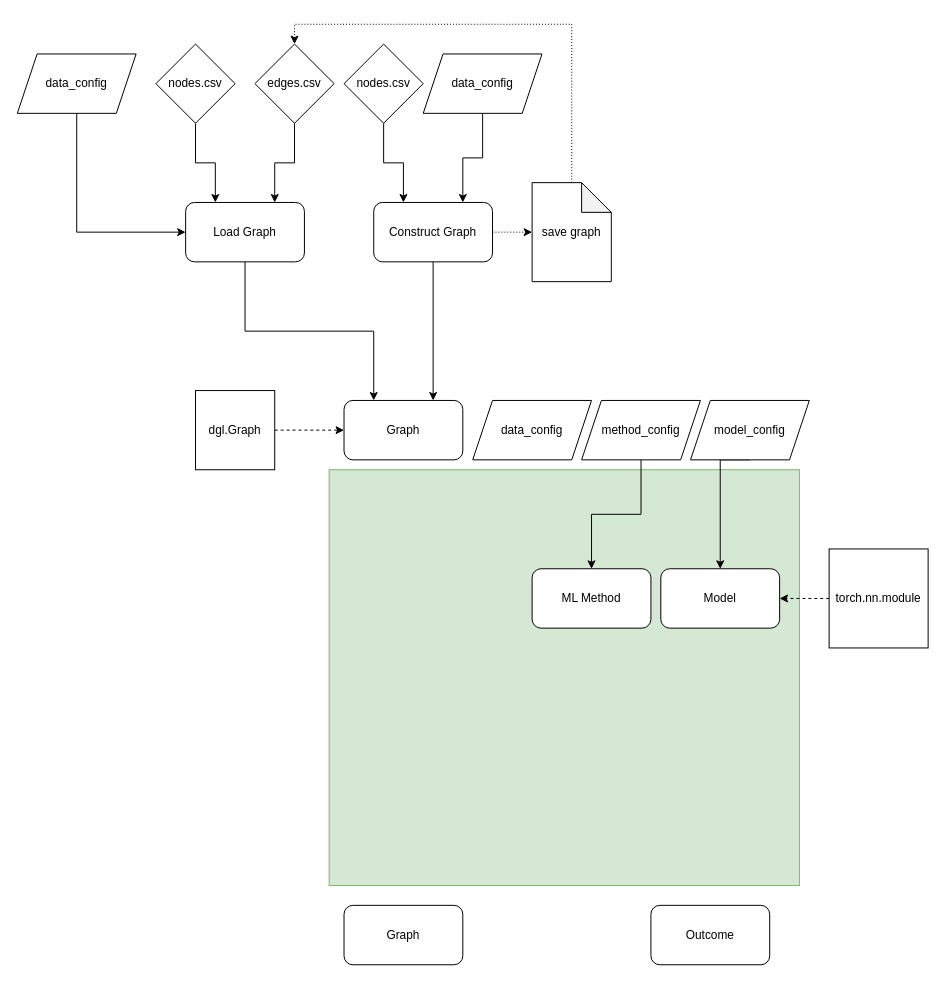
The draw.io diagram docs/Module_Structure.drawio in TasmanGC/geo_graphnet, before the edit. Source tidied: cells renumbered, new cells numbered last; positions are measured from the earlier drawing's top-left corner, leaving out a move shared by most shapes. Both pictures are drawn from the tidied source at 99%, with x=0, y=0 at pixel (17, 44).
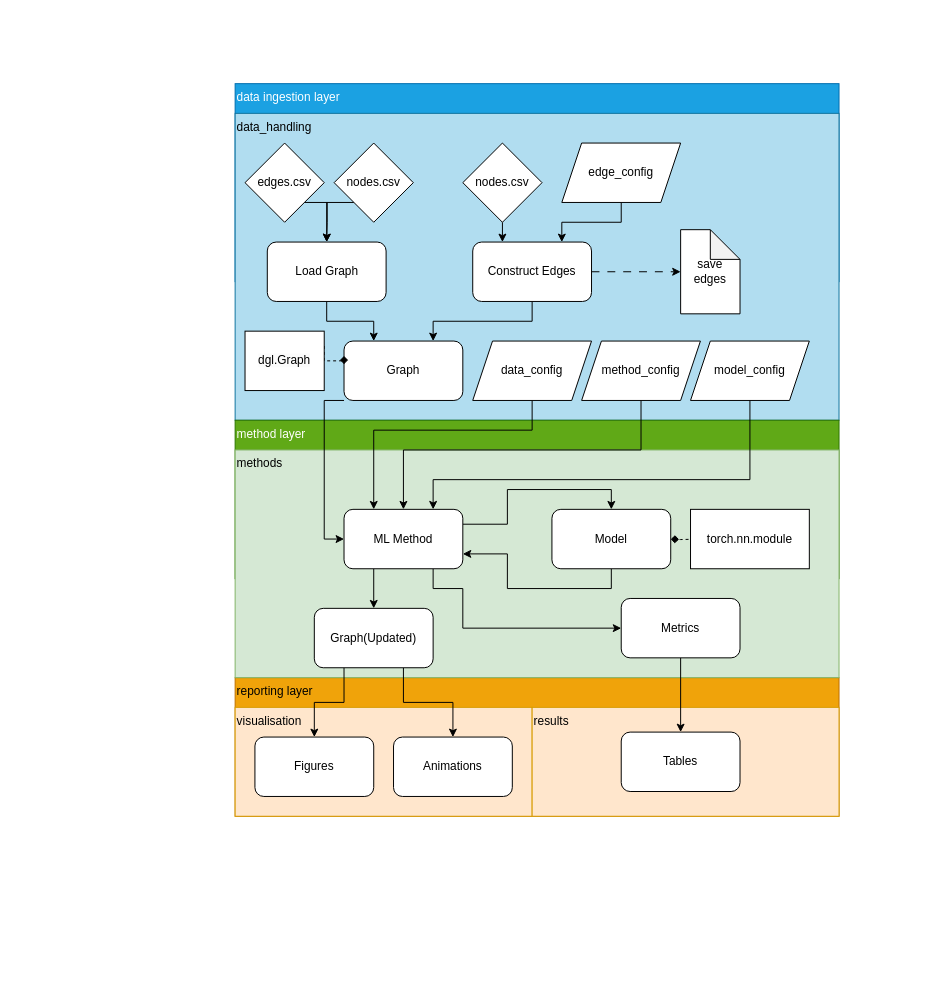
Above is the later version.

Diff of the diagram source:
```diff
@@
+    <mxCell id="34" value="reporting layer" style="rounded=0;whiteSpace=wrap;html=1;fillColor=#f0a30a;strokeColor=#BD7000;align=left;verticalAlign=top;fontColor=#000000;" parent="1" vertex="1">
+      <mxGeometry x="220" y="640" width="610" height="140" as="geometry" />
+    </mxCell>
+    <mxCell id="35" value="visualisation" style="rounded=0;whiteSpace=wrap;html=1;fillColor=#ffe6cc;strokeColor=#d79b00;align=left;verticalAlign=top;" parent="1" vertex="1">
+      <mxGeometry x="220" y="670" width="300" height="110" as="geometry" />
+    </mxCell>
+    <mxCell id="36" value="data ingestion layer" style="rounded=0;whiteSpace=wrap;html=1;fillColor=#1ba1e2;strokeColor=#006EAF;align=left;verticalAlign=top;fontColor=#ffffff;" parent="1" vertex="1">
+      <mxGeometry x="220" y="40" width="610" height="200" as="geometry" />
+    </mxCell>
+    <mxCell id="37" value="data_handling" style="rounded=0;whiteSpace=wrap;html=1;fillColor=#b1ddf0;strokeColor=#10739e;align=left;verticalAlign=top;" parent="1" vertex="1">
+      <mxGeometry x="220" y="70" width="610" height="310" as="geometry" />
+    </mxCell>
+    <mxCell id="38" value="method layer" style="rounded=0;whiteSpace=wrap;html=1;fillColor=#60a917;strokeColor=#2D7600;align=left;verticalAlign=top;fontColor=#ffffff;" parent="1" vertex="1">
+      <mxGeometry x="220" y="380" width="610" height="160" as="geometry" />
+    </mxCell>
+    <mxCell id="39" value="results" style="rounded=0;whiteSpace=wrap;html=1;fillColor=#ffe6cc;strokeColor=#d79b00;align=left;verticalAlign=top;" parent="1" vertex="1">
+      <mxGeometry x="520" y="670" width="310" height="110" as="geometry" />
+    </mxCell>
-    <mxCell id="2" style="rounded=0;whiteSpace=wrap;html=1;fillColor=#d5e8d4;strokeColor=#82b366;" parent="1" vertex="1">
-      <mxGeometry x="315" y="430" width="475" height="420" as="geometry" />
+    <mxCell id="2" value="methods" style="rounded=0;whiteSpace=wrap;html=1;fillColor=#d5e8d4;strokeColor=#82b366;align=left;verticalAlign=top;" parent="1" vertex="1">
+      <mxGeometry x="220" y="410" width="610" height="230" as="geometry" />
     </mxCell>
+    <mxCell id="40" style="edgeStyle=orthogonalEdgeStyle;rounded=0;jettySize=auto;html=1;exitX=0.5;exitY=1;exitDx=0;exitDy=0;entryX=1;entryY=0.75;entryDx=0;entryDy=0;" parent="1" edge="1" source="3" target="4">
+      <mxGeometry relative="1" as="geometry" />
+    </mxCell>
     <mxCell id="3" value="Model" style="rounded=1;whiteSpace=wrap;html=1;" parent="1" vertex="1">
-      <mxGeometry x="650" y="530" width="120" height="60" as="geometry" />
+      <mxGeometry x="540" y="470" width="120" height="60" as="geometry" />
     </mxCell>
+    <mxCell id="41" style="edgeStyle=orthogonalEdgeStyle;rounded=0;jettySize=auto;html=1;exitX=1;exitY=0.25;exitDx=0;exitDy=0;entryX=0.5;entryY=0;entryDx=0;entryDy=0;" parent="1" edge="1" source="4" target="3">
+      <mxGeometry relative="1" as="geometry" />
+    </mxCell>
+    <mxCell id="42" style="edgeStyle=orthogonalEdgeStyle;rounded=0;jettySize=auto;html=1;exitX=0.25;exitY=1;exitDx=0;exitDy=0;" parent="1" edge="1" source="4" target="5">
+      <mxGeometry relative="1" as="geometry" />
+    </mxCell>
+    <mxCell id="43" style="edgeStyle=orthogonalEdgeStyle;rounded=0;jettySize=auto;html=1;exitX=0.75;exitY=1;exitDx=0;exitDy=0;entryX=0;entryY=0.5;entryDx=0;entryDy=0;" parent="1" edge="1" source="4" target="6">
+      <mxGeometry relative="1" as="geometry">
+        <Array as="points">
+          <mxPoint x="420" y="550" />
+          <mxPoint x="450" y="550" />
+          <mxPoint x="450" y="590" />
+        </Array>
+      </mxGeometry>
+    </mxCell>
     <mxCell id="4" value="ML Method" style="rounded=1;whiteSpace=wrap;html=1;" parent="1" vertex="1">
-      <mxGeometry x="520" y="530" width="120" height="60" as="geometry" />
+      <mxGeometry x="330" y="470" width="120" height="60" as="geometry" />
     </mxCell>
+    <mxCell id="44" style="edgeStyle=orthogonalEdgeStyle;rounded=0;jettySize=auto;html=1;exitX=0.25;exitY=1;exitDx=0;exitDy=0;entryX=0.5;entryY=0;entryDx=0;entryDy=0;" parent="1" edge="1" source="5" target="51">
+      <mxGeometry relative="1" as="geometry" />
+    </mxCell>
+    <mxCell id="45" style="edgeStyle=orthogonalEdgeStyle;rounded=0;jettySize=auto;html=1;exitX=0.75;exitY=1;exitDx=0;exitDy=0;" parent="1" edge="1" source="5" target="52">
+      <mxGeometry relative="1" as="geometry" />
+    </mxCell>
-    <mxCell id="5" value="Graph" style="rounded=1;whiteSpace=wrap;html=1;" parent="1" vertex="1">
-      <mxGeometry x="330" y="870" width="120" height="60" as="geometry" />
+    <mxCell id="5" value="Graph(Updated)" style="rounded=1;whiteSpace=wrap;html=1;" parent="1" vertex="1">
+      <mxGeometry x="300" y="570" width="120" height="60" as="geometry" />
     </mxCell>
+    <mxCell id="46" style="edgeStyle=orthogonalEdgeStyle;rounded=0;jettySize=auto;html=1;exitX=0.5;exitY=1;exitDx=0;exitDy=0;" parent="1" edge="1" source="6" target="50">
+      <mxGeometry relative="1" as="geometry" />
+    </mxCell>
-    <mxCell id="6" value="Outcome" style="rounded=1;whiteSpace=wrap;html=1;" parent="1" vertex="1">
-      <mxGeometry x="640" y="870" width="120" height="60" as="geometry" />
+    <mxCell id="6" value="Metrics" style="rounded=1;whiteSpace=wrap;html=1;" parent="1" vertex="1">
+      <mxGeometry x="610" y="560" width="120" height="60" as="geometry" />
     </mxCell>
-    <mxCell id="7" style="edgeStyle=orthogonalEdgeStyle;rounded=0;jettySize=auto;html=1;exitX=0.5;exitY=1;exitDx=0;exitDy=0;entryX=0.25;entryY=0;entryDx=0;entryDy=0;" parent="1" edge="1" source="8" target="15">
-      <mxGeometry relative="1" as="geometry" />
+    <mxCell id="7" style="edgeStyle=orthogonalEdgeStyle;rounded=0;jettySize=auto;html=1;exitX=0;exitY=1;exitDx=0;exitDy=0;entryX=0.5;entryY=0;entryDx=0;entryDy=0;" parent="1" edge="1" source="8" target="15">
+      <mxGeometry relative="1" as="geometry">
+        <Array as="points">
+          <mxPoint x="313" y="160" />
+        </Array>
+      </mxGeometry>
     </mxCell>
     <mxCell id="8" value="nodes.csv" style="rhombus;whiteSpace=wrap;html=1;" parent="1" vertex="1">
-      <mxGeometry x="140" width="80" height="80" as="geometry" />
+      <mxGeometry x="320" y="100" width="80" height="80" as="geometry" />
     </mxCell>
-    <mxCell id="9" style="edgeStyle=orthogonalEdgeStyle;rounded=0;jettySize=auto;html=1;exitX=0.5;exitY=1;exitDx=0;exitDy=0;entryX=0.75;entryY=0;entryDx=0;entryDy=0;" parent="1" edge="1" source="10" target="15">
-      <mxGeometry relative="1" as="geometry" />
-    </mxCell>
-    <mxCell id="10" value="edges.csv" style="rhombus;whiteSpace=wrap;html=1;" parent="1" vertex="1">
-      <mxGeometry x="240" width="80" height="80" as="geometry" />
-    </mxCell>
-    <mxCell id="11" style="edgeStyle=orthogonalEdgeStyle;rounded=0;jettySize=auto;html=1;exitX=1;exitY=0.5;exitDx=0;exitDy=0;dashed=1;" parent="1" edge="1" source="12" target="13">
-      <mxGeometry relative="1" as="geometry" />
-    </mxCell>
-    <mxCell id="12" value="dgl.Graph" style="whiteSpace=wrap;html=1;" parent="1" vertex="1">
-      <mxGeometry x="180" y="350" width="80" height="80" as="geometry" />
-    </mxCell>
+    <mxCell id="47" style="edgeStyle=orthogonalEdgeStyle;rounded=0;jettySize=auto;html=1;exitX=0;exitY=1;exitDx=0;exitDy=0;entryX=0;entryY=0.5;entryDx=0;entryDy=0;" parent="1" edge="1" source="13" target="4">
+      <mxGeometry relative="1" as="geometry">
+        <Array as="points">
+          <mxPoint x="310" y="360" />
+          <mxPoint x="310" y="500" />
+        </Array>
+      </mxGeometry>
+    </mxCell>
     <mxCell id="13" value="Graph" style="rounded=1;whiteSpace=wrap;html=1;" parent="1" vertex="1">
-      <mxGeometry x="330" y="360" width="120" height="60" as="geometry" />
+      <mxGeometry x="330" y="300" width="120" height="60" as="geometry" />
     </mxCell>
@@
     <mxCell id="15" value="Load Graph" style="rounded=1;whiteSpace=wrap;html=1;" parent="1" vertex="1">
-      <mxGeometry x="170" y="160" width="120" height="60" as="geometry" />
+      <mxGeometry x="252.5" y="200" width="120" height="60" as="geometry" />
     </mxCell>
-    <mxCell id="16" style="edgeStyle=orthogonalEdgeStyle;rounded=0;jettySize=auto;html=1;exitX=0.5;exitY=1;exitDx=0;exitDy=0;entryX=0.25;entryY=0;entryDx=0;entryDy=0;" parent="1" edge="1" source="17" target="20">
-      <mxGeometry relative="1" as="geometry" />
-    </mxCell>
-    <mxCell id="17" value="nodes.csv" style="rhombus;whiteSpace=wrap;html=1;" parent="1" vertex="1">
-      <mxGeometry x="330" width="80" height="80" as="geometry" />
-    </mxCell>
@@
-    <mxCell id="19" style="edgeStyle=orthogonalEdgeStyle;rounded=0;jettySize=auto;html=1;exitX=1;exitY=0.5;exitDx=0;exitDy=0;entryX=0;entryY=0.5;entryDx=0;entryDy=0;entryPerimeter=0;dashed=1;dashPattern=1 2;" parent="1" edge="1" source="20" target="24">
+    <mxCell id="19" style="edgeStyle=orthogonalEdgeStyle;rounded=0;jettySize=auto;html=1;exitX=1;exitY=0.5;exitDx=0;exitDy=0;dashed=1;dashPattern=8 8;" parent="1" edge="1" source="20" target="24">
       <mxGeometry relative="1" as="geometry" />
     </mxCell>
-    <mxCell id="20" value="Construct Graph" style="rounded=1;whiteSpace=wrap;html=1;" parent="1" vertex="1">
-      <mxGeometry x="360" y="160" width="120" height="60" as="geometry" />
+    <mxCell id="20" value="Construct Edges" style="rounded=1;whiteSpace=wrap;html=1;" parent="1" vertex="1">
+      <mxGeometry x="460" y="200" width="120" height="60" as="geometry" />
     </mxCell>
-    <mxCell id="21" style="edgeStyle=orthogonalEdgeStyle;rounded=0;jettySize=auto;html=1;exitX=0.5;exitY=1;exitDx=0;exitDy=0;entryX=0.75;entryY=0;entryDx=0;entryDy=0;" parent="1" edge="1" source="22" target="20">
-      <mxGeometry relative="1" as="geometry" />
-    </mxCell>
-    <mxCell id="22" value="data_config" style="shape=parallelogram;perimeter=parallelogramPerimeter;whiteSpace=wrap;html=1;fixedSize=1;" parent="1" vertex="1">
-      <mxGeometry x="410" y="10" width="120" height="60" as="geometry" />
-    </mxCell>
-    <mxCell id="23" style="edgeStyle=orthogonalEdgeStyle;rounded=0;jettySize=auto;html=1;exitX=0.5;exitY=0;exitDx=0;exitDy=0;exitPerimeter=0;entryX=0.5;entryY=0;entryDx=0;entryDy=0;dashed=1;dashPattern=1 2;" parent="1" edge="1" source="24" target="10">
-      <mxGeometry relative="1" as="geometry" />
-    </mxCell>
-    <mxCell id="24" value="save graph" style="shape=note;whiteSpace=wrap;html=1;backgroundOutline=1;darkOpacity=0.05;" parent="1" vertex="1">
-      <mxGeometry x="520" y="140" width="80" height="100" as="geometry" />
+    <mxCell id="24" value="save edges" style="shape=note;whiteSpace=wrap;html=1;backgroundOutline=1;darkOpacity=0.05;" parent="1" vertex="1">
+      <mxGeometry x="670" y="187.5" width="60" height="85" as="geometry" />
     </mxCell>
-    <mxCell id="25" style="edgeStyle=orthogonalEdgeStyle;rounded=0;jettySize=auto;html=1;exitX=0;exitY=0.5;exitDx=0;exitDy=0;dashed=1;" parent="1" edge="1" source="26" target="3">
-      <mxGeometry relative="1" as="geometry" />
+    <mxCell id="25" style="edgeStyle=orthogonalEdgeStyle;rounded=0;jettySize=auto;html=1;exitX=0;exitY=0.5;exitDx=0;exitDy=0;dashed=1;endArrow=diamond;endFill=1;" parent="1" edge="1" target="3">
+      <mxGeometry relative="1" as="geometry">
+        <mxPoint x="690" y="500" as="sourcePoint" />
+      </mxGeometry>
     </mxCell>
-    <mxCell id="26" value="torch.nn.module" style="whiteSpace=wrap;html=1;" parent="1" vertex="1">
-      <mxGeometry x="820" y="510" width="100" height="100" as="geometry" />
-    </mxCell>
-    <mxCell id="27" style="edgeStyle=orthogonalEdgeStyle;rounded=0;jettySize=auto;html=1;exitX=0.5;exitY=1;exitDx=0;exitDy=0;" parent="1" edge="1" source="28" target="3">
-      <mxGeometry relative="1" as="geometry">
-        <Array as="points">
-          <mxPoint x="710" y="420" />
-        </Array>
-      </mxGeometry>
-    </mxCell>
+    <mxCell id="48" style="edgeStyle=orthogonalEdgeStyle;rounded=0;jettySize=auto;html=1;exitX=0.5;exitY=1;exitDx=0;exitDy=0;entryX=0.75;entryY=0;entryDx=0;entryDy=0;" parent="1" edge="1" source="28" target="4">
+      <mxGeometry relative="1" as="geometry">
+        <Array as="points">
+          <mxPoint x="740" y="440" />
+          <mxPoint x="420" y="440" />
+        </Array>
+      </mxGeometry>
+    </mxCell>
     <mxCell id="28" value="model_config" style="shape=parallelogram;perimeter=parallelogramPerimeter;whiteSpace=wrap;html=1;fixedSize=1;" parent="1" vertex="1">
-      <mxGeometry x="680" y="360" width="120" height="60" as="geometry" />
+      <mxGeometry x="680" y="300" width="120" height="60" as="geometry" />
     </mxCell>
-    <mxCell id="29" style="edgeStyle=orthogonalEdgeStyle;rounded=0;jettySize=auto;html=1;exitX=0.5;exitY=1;exitDx=0;exitDy=0;entryX=0;entryY=0.5;entryDx=0;entryDy=0;" parent="1" edge="1" source="30" target="15">
-      <mxGeometry relative="1" as="geometry" />
-    </mxCell>
-    <mxCell id="30" value="data_config" style="shape=parallelogram;perimeter=parallelogramPerimeter;whiteSpace=wrap;html=1;fixedSize=1;" parent="1" vertex="1">
-      <mxGeometry y="10" width="120" height="60" as="geometry" />
-    </mxCell>
-    <mxCell id="31" style="edgeStyle=orthogonalEdgeStyle;rounded=0;jettySize=auto;html=1;exitX=0.5;exitY=1;exitDx=0;exitDy=0;" parent="1" edge="1" source="32" target="4">
-      <mxGeometry relative="1" as="geometry" />
+    <mxCell id="31" style="edgeStyle=orthogonalEdgeStyle;rounded=0;jettySize=auto;html=1;exitX=0.5;exitY=1;exitDx=0;exitDy=0;entryX=0.5;entryY=0;entryDx=0;entryDy=0;" parent="1" edge="1" source="32" target="4">
+      <mxGeometry relative="1" as="geometry">
+        <Array as="points">
+          <mxPoint x="630" y="410" />
+          <mxPoint x="390" y="410" />
+        </Array>
+      </mxGeometry>
     </mxCell>
     <mxCell id="32" value="method_config" style="shape=parallelogram;perimeter=parallelogramPerimeter;whiteSpace=wrap;html=1;fixedSize=1;" parent="1" vertex="1">
-      <mxGeometry x="570" y="360" width="120" height="60" as="geometry" />
+      <mxGeometry x="570" y="300" width="120" height="60" as="geometry" />
     </mxCell>
+    <mxCell id="49" style="edgeStyle=orthogonalEdgeStyle;rounded=0;jettySize=auto;html=1;exitX=0.5;exitY=1;exitDx=0;exitDy=0;entryX=0.25;entryY=0;entryDx=0;entryDy=0;" parent="1" edge="1" source="33" target="4">
+      <mxGeometry relative="1" as="geometry">
+        <Array as="points">
+          <mxPoint x="520" y="390" />
+          <mxPoint x="360" y="390" />
+        </Array>
+      </mxGeometry>
+    </mxCell>
     <mxCell id="33" value="data_config" style="shape=parallelogram;perimeter=parallelogramPerimeter;whiteSpace=wrap;html=1;fixedSize=1;" parent="1" vertex="1">
-      <mxGeometry x="460" y="360" width="120" height="60" as="geometry" />
+      <mxGeometry x="460" y="300" width="120" height="60" as="geometry" />
     </mxCell>
+    <mxCell id="50" value="Tables" style="rounded=1;whiteSpace=wrap;html=1;" parent="1" vertex="1">
+      <mxGeometry x="610" y="695" width="120" height="60" as="geometry" />
+    </mxCell>
+    <mxCell id="51" value="Figures" style="rounded=1;whiteSpace=wrap;html=1;" parent="1" vertex="1">
+      <mxGeometry x="240" y="700" width="120" height="60" as="geometry" />
+    </mxCell>
+    <mxCell id="52" value="Animations" style="rounded=1;whiteSpace=wrap;html=1;" parent="1" vertex="1">
+      <mxGeometry x="380" y="700" width="120" height="60" as="geometry" />
+    </mxCell>
+    <mxCell id="26" value="torch.nn.module" style="rounded=0;whiteSpace=wrap;html=1;" parent="1" vertex="1">
+      <mxGeometry x="680" y="470" width="120" height="60" as="geometry" />
+    </mxCell>
+    <mxCell id="11" style="edgeStyle=orthogonalEdgeStyle;rounded=0;jettySize=auto;html=1;exitX=1;exitY=0.25;exitDx=0;exitDy=0;entryX=0;entryY=0.25;entryDx=0;entryDy=0;endArrow=diamond;endFill=1;dashed=1;" parent="1" edge="1" source="12" target="13">
+      <mxGeometry relative="1" as="geometry">
+        <Array as="points">
+          <mxPoint x="310" y="320" />
+          <mxPoint x="330" y="320" />
+        </Array>
+      </mxGeometry>
+    </mxCell>
+    <mxCell id="12" value="&lt;span style=&quot;color: rgb(0, 0, 0); font-family: Helvetica; font-size: 12px; font-style: normal; font-variant-ligatures: normal; font-variant-caps: normal; font-weight: 400; letter-spacing: normal; orphans: 2; text-align: center; text-indent: 0px; text-transform: none; widows: 2; word-spacing: 0px; -webkit-text-stroke-width: 0px; background-color: rgb(251, 251, 251); text-decoration-thickness: initial; text-decoration-style: initial; text-decoration-color: initial; float: none; display: inline !important;&quot;&gt;dgl.Graph&lt;/span&gt;" style="rounded=0;whiteSpace=wrap;html=1;" parent="1" vertex="1">
+      <mxGeometry x="230" y="290" width="80" height="60" as="geometry" />
+    </mxCell>
+    <mxCell id="9" style="edgeStyle=orthogonalEdgeStyle;rounded=0;jettySize=auto;html=1;exitX=1;exitY=1;exitDx=0;exitDy=0;entryX=0.5;entryY=0;entryDx=0;entryDy=0;" parent="1" edge="1" source="10" target="15">
+      <mxGeometry relative="1" as="geometry">
+        <Array as="points">
+          <mxPoint x="313" y="160" />
+          <mxPoint x="313" y="180" />
+        </Array>
+      </mxGeometry>
+    </mxCell>
+    <mxCell id="10" value="edges.csv" style="rhombus;whiteSpace=wrap;html=1;" parent="1" vertex="1">
+      <mxGeometry x="230" y="100" width="80" height="80" as="geometry" />
+    </mxCell>
+    <mxCell id="16" style="edgeStyle=orthogonalEdgeStyle;rounded=0;jettySize=auto;html=1;exitX=0.5;exitY=1;exitDx=0;exitDy=0;entryX=0.25;entryY=0;entryDx=0;entryDy=0;" parent="1" edge="1" source="17" target="20">
+      <mxGeometry relative="1" as="geometry" />
+    </mxCell>
+    <mxCell id="17" value="nodes.csv" style="rhombus;whiteSpace=wrap;html=1;" parent="1" vertex="1">
+      <mxGeometry x="450" y="100" width="80" height="80" as="geometry" />
+    </mxCell>
+    <mxCell id="53" style="edgeStyle=orthogonalEdgeStyle;rounded=0;jettySize=auto;html=1;exitX=0.5;exitY=1;exitDx=0;exitDy=0;entryX=0.75;entryY=0;entryDx=0;entryDy=0;" parent="1" edge="1" source="54" target="20">
+      <mxGeometry relative="1" as="geometry" />
+    </mxCell>
+    <mxCell id="54" value="edge_config" style="shape=parallelogram;perimeter=parallelogramPerimeter;whiteSpace=wrap;html=1;fixedSize=1;" parent="1" vertex="1">
+      <mxGeometry x="550" y="100" width="120" height="60" as="geometry" />
+    </mxCell>
```
